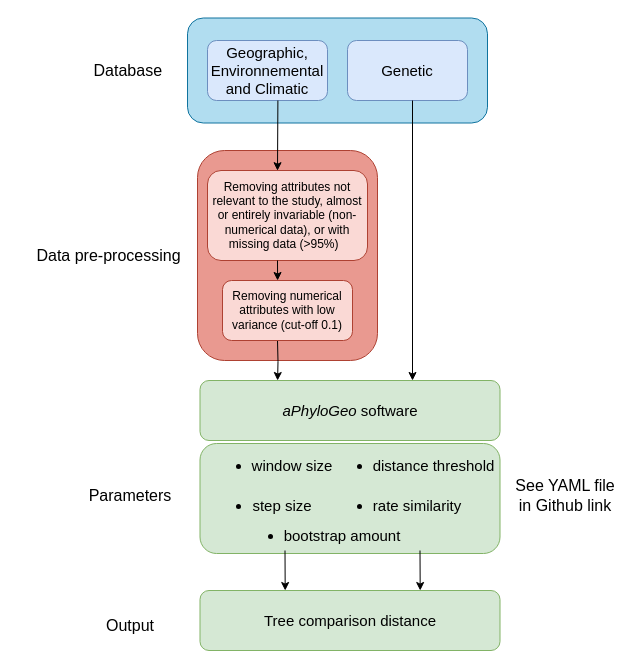
Above: papers/Gagnon_Kebe_Tahiri/diagram.drawio in scipy-conference/scipy_proceedings (draw.io), before the change. Source tidied: cells renumbered, new cells numbered last; positions are measured from the earlier drawing's top-left corner, leaving out a move shared by most shapes. Both pictures are drawn from the tidied source at 100%, with x=0, y=0 at pixel (17, 18).
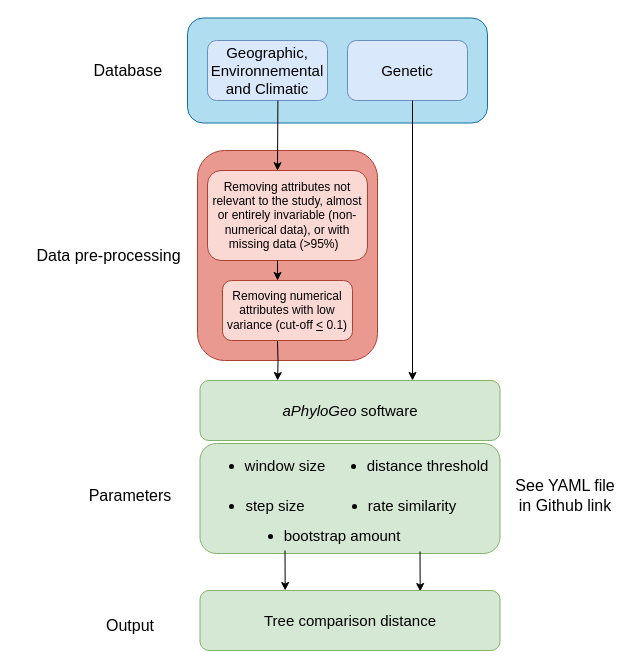
The same diagram, later.

Commit message:
Mettre à jour diagram.drawio

The edit, as a diff of the source:
```diff
@@
-    <mxCell id="8" value="&lt;div style=&quot;&quot;&gt;&lt;span style=&quot;background-color: initial;&quot;&gt;Removing numerical attributes with low variance (cut-off 0.1)&lt;/span&gt;&lt;/div&gt;" style="rounded=1;whiteSpace=wrap;html=1;fillColor=#fad9d5;strokeColor=#ae4132;align=center;" parent="1" vertex="1">
+    <mxCell id="8" value="&lt;div style=&quot;&quot;&gt;&lt;span style=&quot;background-color: initial;&quot;&gt;Removing numerical attributes with low variance (cut-off &lt;u&gt;&amp;lt;&lt;/u&gt; 0.1)&lt;/span&gt;&lt;/div&gt;" style="rounded=1;whiteSpace=wrap;html=1;fillColor=#fad9d5;strokeColor=#ae4132;align=center;" parent="1" vertex="1">
       <mxGeometry x="205" y="262" width="130" height="60" as="geometry" />
     </mxCell>
@@
     <mxCell id="14" value="&lt;ul&gt;&lt;li&gt;&lt;font style=&quot;font-size: 15px;&quot;&gt;window size&lt;/font&gt;&lt;/li&gt;&lt;/ul&gt;" style="text;html=1;align=center;verticalAlign=middle;whiteSpace=wrap;rounded=0;fontSize=16;" parent="1" vertex="1">
-      <mxGeometry x="190" y="432" width="130" height="30" as="geometry" />
+      <mxGeometry x="182.5" y="432" width="130" height="30" as="geometry" />
     </mxCell>
     <mxCell id="15" value="&lt;ul&gt;&lt;li&gt;&lt;font style=&quot;font-size: 15px;&quot;&gt;step size&lt;/font&gt;&lt;/li&gt;&lt;/ul&gt;" style="text;html=1;align=center;verticalAlign=middle;whiteSpace=wrap;rounded=0;fontSize=16;" parent="1" vertex="1">
-      <mxGeometry x="190" y="472" width="110" height="30" as="geometry" />
+      <mxGeometry x="182.5" y="472" width="110" height="30" as="geometry" />
     </mxCell>
     <mxCell id="16" value="&lt;ul&gt;&lt;li&gt;&lt;font style=&quot;font-size: 15px;&quot;&gt;distance threshold&lt;/font&gt;&lt;/li&gt;&lt;/ul&gt;" style="text;html=1;align=center;verticalAlign=middle;whiteSpace=wrap;rounded=0;fontSize=16;" parent="1" vertex="1">
-      <mxGeometry x="310" y="432" width="172.5" height="30" as="geometry" />
+      <mxGeometry x="303.8" y="432" width="172.5" height="30" as="geometry" />
     </mxCell>
     <mxCell id="17" value="&lt;ul&gt;&lt;li&gt;&lt;font style=&quot;font-size: 15px;&quot;&gt;rate similarity&lt;/font&gt;&lt;/li&gt;&lt;/ul&gt;" style="text;html=1;align=center;verticalAlign=middle;whiteSpace=wrap;rounded=0;fontSize=16;" parent="1" vertex="1">
-      <mxGeometry x="305" y="472" width="150" height="30" as="geometry" />
+      <mxGeometry x="300" y="472" width="150" height="30" as="geometry" />
     </mxCell>
@@
     <mxCell id="20" style="endArrow=classic;html=1;rounded=0;entryX=0.32;entryY=-0.031;entryDx=0;entryDy=0;entryPerimeter=0;exitX=0.5;exitY=1;exitDx=0;exitDy=0;" parent="1" edge="1">
       <mxGeometry relative="1" as="geometry">
-        <mxPoint x="402.5" y="532" as="sourcePoint" />
-        <mxPoint x="402.7" y="572" as="targetPoint" />
+        <mxPoint x="402.5" y="533" as="sourcePoint" />
+        <mxPoint x="402.7" y="573" as="targetPoint" />
       </mxGeometry>
     </mxCell>
```
